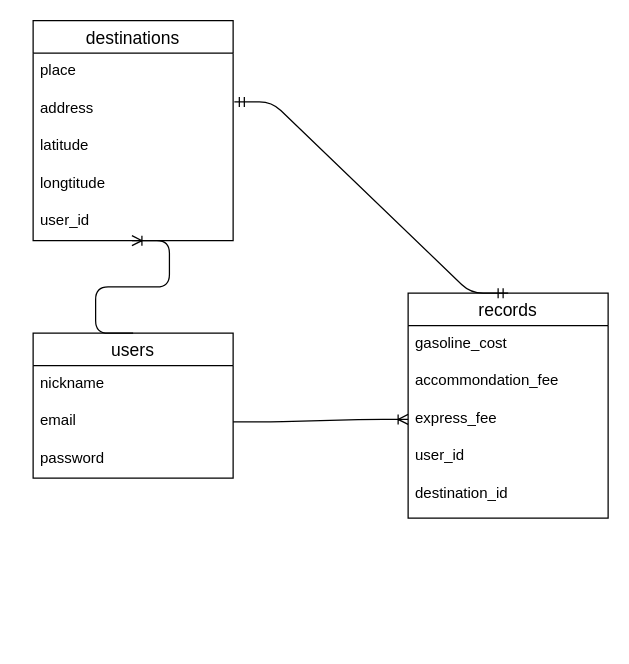
sken100627/travel_memory keeps this draw.io diagram as travel_memory.dio. Above is the earlier version. Source tidied: cells renumbered, new cells numbered last; positions are measured from the earlier drawing's top-left corner, leaving out a move shared by most shapes. Both pictures are drawn from the tidied source at 125%, with x=0, y=0 at pixel (32, 20).
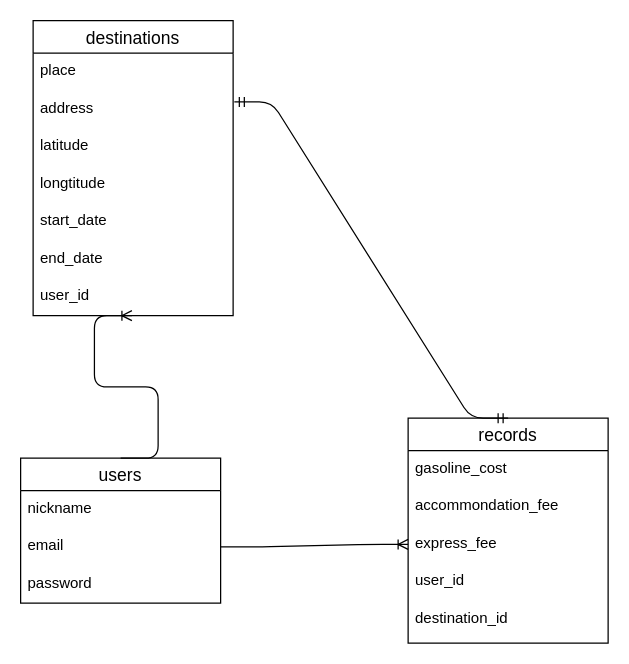
Above is the later version.

Change to the diagram source:
```diff
@@
     <mxCell id="2" value="destinations" style="swimlane;fontStyle=0;horizontal=1;startSize=26;align=center;fontSize=14;" parent="1" vertex="1">
-      <mxGeometry width="160" height="176" as="geometry" />
+      <mxGeometry width="160" height="236" as="geometry" />
     </mxCell>
@@
+    <mxCell id="21" value="start_date" style="text;strokeColor=none;fillColor=none;spacingLeft=4;spacingRight=4;overflow=hidden;fontSize=12;" parent="2" vertex="1">
+      <mxGeometry y="146" width="160" height="30" as="geometry" />
+    </mxCell>
+    <mxCell id="22" value="end_date" style="text;strokeColor=none;fillColor=none;spacingLeft=4;spacingRight=4;overflow=hidden;fontSize=12;" parent="2" vertex="1">
+      <mxGeometry y="176" width="160" height="30" as="geometry" />
+    </mxCell>
     <mxCell id="7" value="user_id" style="text;strokeColor=none;fillColor=none;spacingLeft=4;spacingRight=4;overflow=hidden;points=[[0,0.5],[1,0.5]];portConstraint=eastwest;fontSize=12;" parent="2" vertex="1">
-      <mxGeometry y="146" width="160" height="30" as="geometry" />
+      <mxGeometry y="206" width="160" height="30" as="geometry" />
     </mxCell>
     <mxCell id="8" value="records" style="swimlane;fontStyle=0;horizontal=1;startSize=26;align=center;fontSize=14;" parent="1" vertex="1">
-      <mxGeometry x="300" y="218" width="160" height="180" as="geometry" />
+      <mxGeometry x="300" y="318" width="160" height="180" as="geometry" />
     </mxCell>
@@
     <mxCell id="14" value="users" style="swimlane;fontStyle=0;horizontal=1;startSize=26;align=center;fontSize=14;" parent="1" vertex="1">
-      <mxGeometry y="250" width="160" height="116" as="geometry" />
+      <mxGeometry x="-10" y="350" width="160" height="116" as="geometry" />
     </mxCell>
```
